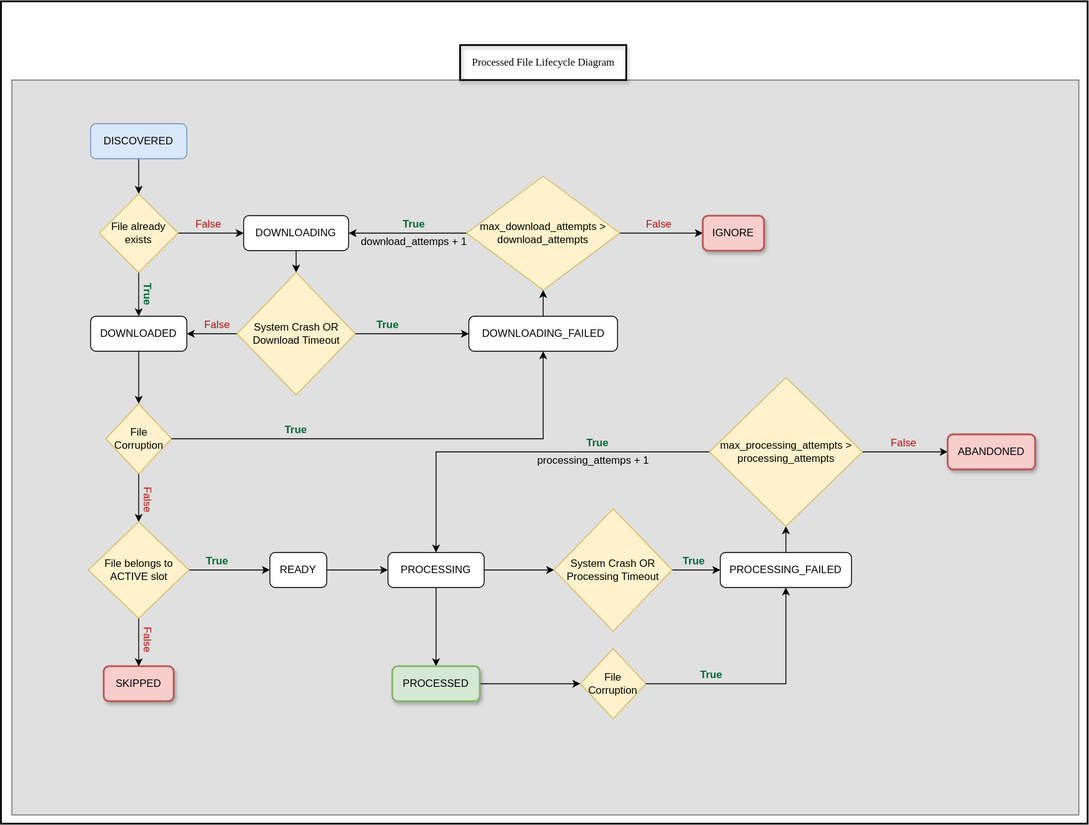
Before: docs/architecture/processed_file_lifecycle.svg, a diagram exported from draw.io (AnandKri/comet-hunter). Source tidied: cells renumbered, new cells last; positions are measured from the earlier drawing's top-left corner, leaving out a move shared by most shapes.
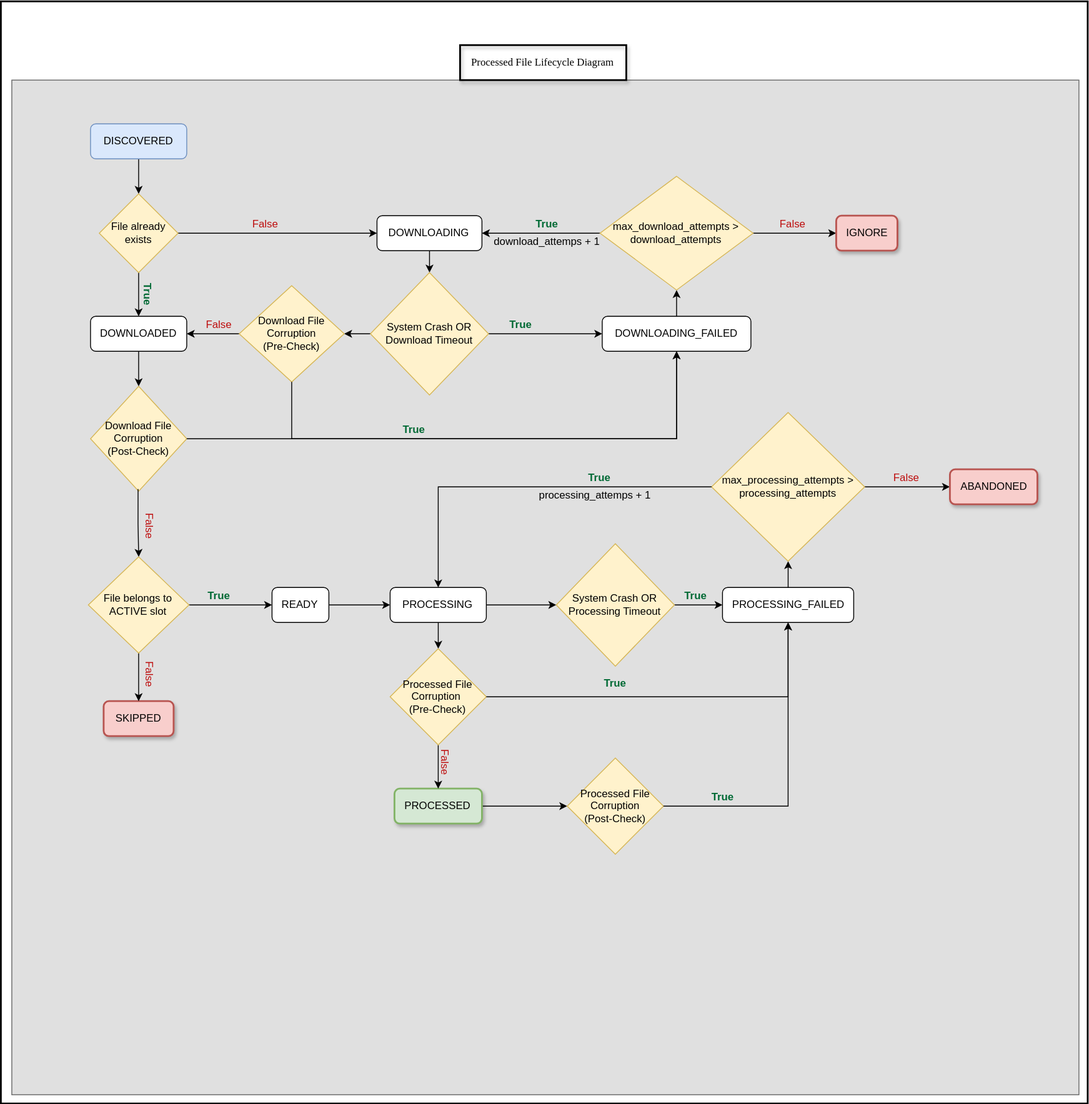
After the commit.

Commit message:
refine processed file lifecycle

The edit, as a diff of the source:
```diff
@@ -3,13 +3,13 @@
     <mxCell id="0" />
     <mxCell id="1" parent="0" />
     <mxCell id="2" style="group;" parent="1" vertex="1">
-      <mxGeometry x="12" y="10" width="1230" height="930" as="geometry" />
+      <mxGeometry x="12" y="10" width="1230" height="1250" as="geometry" />
     </mxCell>
     <mxCell id="3" style="rounded=0;whiteSpace=wrap;html=1;strokeWidth=2;" parent="2" vertex="1">
-      <mxGeometry x="-12.5" y="-10" width="1242.5" height="940" as="geometry" />
+      <mxGeometry x="-12.5" y="-10" width="1242.5" height="1260" as="geometry" />
     </mxCell>
     <mxCell id="4" style="rounded=0;whiteSpace=wrap;html=1;fillColor=light-dark(#e0e0e0, #1a1a1a);fontColor=#333333;strokeColor=#666666;" parent="2" vertex="1">
-      <mxGeometry y="80" width="1220" height="840" as="geometry" />
+      <mxGeometry y="80" width="1220" height="1160" as="geometry" />
     </mxCell>
     <mxCell id="5" value="Processed File Lifecycle Diagram" style="text;html=1;whiteSpace=wrap;strokeColor=default;fillColor=none;align=center;verticalAlign=middle;rounded=0;strokeWidth=2;glass=0;shadow=1;fontFamily=Times New Roman;" parent="2" vertex="1">
       <mxGeometry x="512.5" y="40" width="190" height="40" as="geometry" />
@@ -24,7 +24,7 @@
       <mxGeometry relative="1" as="geometry" />
     </mxCell>
     <mxCell id="9" value="DOWNLOADING" style="rounded=1;whiteSpace=wrap;html=1;" parent="2" vertex="1">
-      <mxGeometry x="265" y="235" width="120" height="40" as="geometry" />
+      <mxGeometry x="417.5" y="235" width="120" height="40" as="geometry" />
     </mxCell>
     <mxCell id="10" style="edgeStyle=orthogonalEdgeStyle;rounded=0;jettySize=auto;html=1;" parent="2" edge="1" source="11" target="25">
       <mxGeometry relative="1" as="geometry" />
@@ -36,7 +36,7 @@
       <mxGeometry relative="1" as="geometry" />
     </mxCell>
     <mxCell id="13" value="DOWNLOADING_FAILED" style="rounded=1;whiteSpace=wrap;html=1;" parent="2" vertex="1">
-      <mxGeometry x="522.5" y="350" width="170" height="40" as="geometry" />
+      <mxGeometry x="675" y="350" width="170" height="40" as="geometry" />
     </mxCell>
     <mxCell id="14" style="edgeStyle=orthogonalEdgeStyle;rounded=0;jettySize=auto;html=1;" parent="2" edge="1" source="16" target="11">
       <mxGeometry relative="1" as="geometry" />
@@ -51,38 +51,35 @@
       <mxGeometry x="125" y="310" width="60" height="30" as="geometry" />
     </mxCell>
     <mxCell id="18" value="False" style="text;html=1;whiteSpace=wrap;strokeColor=none;fillColor=none;align=center;verticalAlign=middle;rounded=0;fontColor=light-dark(#bd0d0d, #ededed);" parent="2" vertex="1">
-      <mxGeometry x="195" y="230" width="60" height="30" as="geometry" />
+      <mxGeometry x="260" y="230" width="60" height="30" as="geometry" />
     </mxCell>
-    <mxCell id="19" style="edgeStyle=orthogonalEdgeStyle;rounded=0;jettySize=auto;html=1;entryX=1;entryY=0.5;entryDx=0;entryDy=0;" parent="2" edge="1" source="21" target="11">
+    <mxCell id="19" style="edgeStyle=orthogonalEdgeStyle;rounded=0;jettySize=auto;html=1;entryX=1;entryY=0.5;entryDx=0;entryDy=0;" parent="2" edge="1" source="21" target="72">
       <mxGeometry relative="1" as="geometry" />
     </mxCell>
     <mxCell id="20" style="edgeStyle=orthogonalEdgeStyle;rounded=0;jettySize=auto;html=1;exitX=1;exitY=0.5;exitDx=0;exitDy=0;" parent="2" edge="1" source="21" target="13">
       <mxGeometry relative="1" as="geometry" />
     </mxCell>
     <mxCell id="21" value="System Crash OR Download Timeout" style="rhombus;whiteSpace=wrap;html=1;fillColor=#fff2cc;strokeColor=#d6b656;gradientColor=none;strokeWidth=1;" parent="2" vertex="1">
-      <mxGeometry x="257.5" y="300" width="135" height="140" as="geometry" />
+      <mxGeometry x="410" y="300" width="135" height="140" as="geometry" />
     </mxCell>
     <mxCell id="22" value="True" style="text;html=1;whiteSpace=wrap;strokeColor=none;fillColor=none;align=center;verticalAlign=middle;rounded=0;fontStyle=1;fontColor=light-dark(#006a35, #28ab6a);" parent="2" vertex="1">
-      <mxGeometry x="400" y="350" width="60" height="20" as="geometry" />
+      <mxGeometry x="552.5" y="350" width="60" height="20" as="geometry" />
     </mxCell>
     <mxCell id="23" value="False" style="text;html=1;whiteSpace=wrap;strokeColor=none;fillColor=none;align=center;verticalAlign=middle;rounded=0;fontColor=light-dark(#bd0d0d, #ededed);" parent="2" vertex="1">
-      <mxGeometry x="205" y="350" width="60" height="20" as="geometry" />
+      <mxGeometry x="207.5" y="350" width="60" height="20" as="geometry" />
     </mxCell>
-    <mxCell id="24" style="edgeStyle=orthogonalEdgeStyle;rounded=0;jettySize=auto;html=1;" parent="2" edge="1" source="25" target="40">
-      <mxGeometry relative="1" as="geometry" />
-    </mxCell>
-    <mxCell id="25" value="File Corruption" style="rhombus;whiteSpace=wrap;html=1;fillColor=#fff2cc;strokeColor=#d6b656;gradientColor=none;strokeWidth=1;" parent="2" vertex="1">
-      <mxGeometry x="107.5" y="450" width="75" height="80" as="geometry" />
+    <mxCell id="25" value="&lt;div&gt;Download File Corruption&lt;/div&gt;&lt;div&gt;(Post-Check)&lt;/div&gt;" style="rhombus;whiteSpace=wrap;html=1;fillColor=#fff2cc;strokeColor=#d6b656;gradientColor=none;strokeWidth=1;" parent="2" vertex="1">
+      <mxGeometry x="90" y="430" width="110" height="120" as="geometry" />
     </mxCell>
     <mxCell id="26" style="endArrow=classic;html=1;rounded=0;exitX=1;exitY=0.5;exitDx=0;exitDy=0;entryX=0.5;entryY=1;entryDx=0;entryDy=0;" parent="2" edge="1" source="25" target="13">
       <mxGeometry relative="1" as="geometry">
         <Array as="points">
-          <mxPoint x="607.5" y="490" />
+          <mxPoint x="760" y="490" />
         </Array>
       </mxGeometry>
     </mxCell>
     <mxCell id="27" value="True" style="text;html=1;whiteSpace=wrap;strokeColor=none;fillColor=none;align=center;verticalAlign=middle;rounded=0;fontStyle=1;fontColor=light-dark(#006a35, #28ab6a);" parent="2" vertex="1">
-      <mxGeometry x="295" y="470" width="60" height="20" as="geometry" />
+      <mxGeometry x="430" y="470" width="60" height="20" as="geometry" />
     </mxCell>
     <mxCell id="28" style="edgeStyle=orthogonalEdgeStyle;rounded=0;jettySize=auto;html=1;entryX=1;entryY=0.5;entryDx=0;entryDy=0;" parent="2" edge="1" source="30" target="9">
       <mxGeometry relative="1" as="geometry" />
@@ -91,28 +88,31 @@
       <mxGeometry relative="1" as="geometry" />
     </mxCell>
     <mxCell id="30" value="max_download_attempts &amp;gt; download_attempts" style="rhombus;whiteSpace=wrap;html=1;fillColor=#fff2cc;strokeColor=#d6b656;gradientColor=none;strokeWidth=1;" parent="2" vertex="1">
-      <mxGeometry x="520" y="190" width="175" height="130" as="geometry" />
+      <mxGeometry x="672.5" y="190" width="175" height="130" as="geometry" />
     </mxCell>
     <mxCell id="31" value="True" style="text;html=1;whiteSpace=wrap;strokeColor=none;fillColor=none;align=center;verticalAlign=middle;rounded=0;fontStyle=1;fontColor=light-dark(#006a35, #28ab6a);" parent="2" vertex="1">
-      <mxGeometry x="430" y="230" width="60" height="30" as="geometry" />
+      <mxGeometry x="582.5" y="230" width="60" height="30" as="geometry" />
     </mxCell>
     <mxCell id="32" value="download_attemps + 1" style="text;html=1;whiteSpace=wrap;strokeColor=none;fillColor=none;align=center;verticalAlign=middle;rounded=0;" parent="2" vertex="1">
-      <mxGeometry x="395" y="250" width="130" height="30" as="geometry" />
+      <mxGeometry x="547.5" y="250" width="130" height="30" as="geometry" />
     </mxCell>
     <mxCell id="33" value="IGNORE" style="rounded=1;whiteSpace=wrap;html=1;fillColor=#f8cecc;strokeColor=#b85450;strokeWidth=2;shadow=1;" parent="2" vertex="1">
-      <mxGeometry x="790" y="235" width="70" height="40" as="geometry" />
+      <mxGeometry x="942.5" y="235" width="70" height="40" as="geometry" />
     </mxCell>
     <mxCell id="34" value="False" style="text;html=1;whiteSpace=wrap;strokeColor=none;fillColor=none;align=center;verticalAlign=middle;rounded=0;fontColor=light-dark(#bd0d0d, #ededed);" parent="2" vertex="1">
-      <mxGeometry x="710" y="235" width="60" height="20" as="geometry" />
+      <mxGeometry x="862.5" y="235" width="60" height="20" as="geometry" />
     </mxCell>
+    <mxCell id="24" style="edgeStyle=orthogonalEdgeStyle;rounded=0;jettySize=auto;html=1;exitX=0.494;exitY=0.979;exitDx=0;exitDy=0;exitPerimeter=0;" parent="2" edge="1" source="25" target="40">
+      <mxGeometry relative="1" as="geometry" />
+    </mxCell>
     <mxCell id="35" style="edgeStyle=orthogonalEdgeStyle;rounded=0;jettySize=auto;html=1;" parent="2" edge="1" source="36" target="46">
       <mxGeometry relative="1" as="geometry" />
     </mxCell>
     <mxCell id="36" value="READY" style="rounded=1;whiteSpace=wrap;html=1;" parent="2" vertex="1">
-      <mxGeometry x="295" y="620" width="65" height="40" as="geometry" />
+      <mxGeometry x="297.5" y="660" width="65" height="40" as="geometry" />
     </mxCell>
     <mxCell id="37" value="SKIPPED" style="rounded=1;whiteSpace=wrap;html=1;fillColor=#f8cecc;strokeColor=#b85450;strokeWidth=2;shadow=1;" parent="2" vertex="1">
-      <mxGeometry x="105" y="750" width="80" height="40" as="geometry" />
+      <mxGeometry x="105" y="790" width="80" height="40" as="geometry" />
     </mxCell>
     <mxCell id="38" style="edgeStyle=orthogonalEdgeStyle;rounded=0;jettySize=auto;html=1;" parent="2" edge="1" source="40" target="37">
       <mxGeometry relative="1" as="geometry" />
@@ -121,84 +121,117 @@
       <mxGeometry relative="1" as="geometry" />
     </mxCell>
     <mxCell id="40" value="File belongs to ACTIVE slot" style="rhombus;whiteSpace=wrap;html=1;fillColor=#fff2cc;strokeColor=#d6b656;gradientColor=none;strokeWidth=1;" parent="2" vertex="1">
-      <mxGeometry x="87.5" y="585" width="115" height="110" as="geometry" />
+      <mxGeometry x="87.5" y="625" width="115" height="110" as="geometry" />
     </mxCell>
     <mxCell id="41" value="True" style="text;html=1;whiteSpace=wrap;strokeColor=none;fillColor=none;align=center;verticalAlign=middle;rounded=0;fontStyle=1;fontColor=light-dark(#006a35, #28ab6a);" parent="2" vertex="1">
-      <mxGeometry x="205" y="620" width="60" height="20" as="geometry" />
+      <mxGeometry x="207.5" y="660" width="60" height="20" as="geometry" />
     </mxCell>
     <mxCell id="42" value="False" style="text;html=1;whiteSpace=wrap;strokeColor=none;fillColor=none;align=center;verticalAlign=middle;rounded=0;rotation=90;fontColor=light-dark(#bd0d0d, #ededed);" parent="2" vertex="1">
-      <mxGeometry x="125" y="710" width="60" height="20" as="geometry" />
+      <mxGeometry x="127.5" y="750" width="60" height="20" as="geometry" />
     </mxCell>
     <mxCell id="43" value="False" style="text;html=1;whiteSpace=wrap;strokeColor=none;fillColor=none;align=center;verticalAlign=middle;rounded=0;rotation=90;fontColor=light-dark(#bd0d0d, #ededed);" parent="2" vertex="1">
-      <mxGeometry x="125" y="550" width="60" height="20" as="geometry" />
+      <mxGeometry x="140" y="580" width="35" height="20" as="geometry" />
     </mxCell>
     <mxCell id="44" style="edgeStyle=orthogonalEdgeStyle;rounded=0;jettySize=auto;html=1;" parent="2" edge="1" source="46" target="48">
       <mxGeometry relative="1" as="geometry" />
     </mxCell>
-    <mxCell id="45" style="edgeStyle=orthogonalEdgeStyle;rounded=0;jettySize=auto;html=1;" parent="2" edge="1" source="46" target="55">
-      <mxGeometry relative="1" as="geometry" />
-    </mxCell>
+    <mxCell id="64" style="edgeStyle=orthogonalEdgeStyle;rounded=0;jettySize=auto;html=1;" parent="2" edge="1" source="46" target="68">
+      <mxGeometry relative="1" as="geometry" />
+    </mxCell>
     <mxCell id="46" value="PROCESSING" style="rounded=1;whiteSpace=wrap;html=1;" parent="2" vertex="1">
-      <mxGeometry x="430" y="620" width="110" height="40" as="geometry" />
+      <mxGeometry x="432.5" y="660" width="110" height="40" as="geometry" />
     </mxCell>
     <mxCell id="47" style="edgeStyle=orthogonalEdgeStyle;rounded=0;jettySize=auto;html=1;" parent="2" edge="1" source="48" target="50">
       <mxGeometry relative="1" as="geometry" />
     </mxCell>
     <mxCell id="48" value="System Crash OR Processing Timeout" style="rhombus;whiteSpace=wrap;html=1;fillColor=#fff2cc;strokeColor=#d6b656;gradientColor=none;strokeWidth=1;" parent="2" vertex="1">
-      <mxGeometry x="620" y="570" width="135" height="140" as="geometry" />
+      <mxGeometry x="622.5" y="610" width="135" height="140" as="geometry" />
     </mxCell>
     <mxCell id="49" style="edgeStyle=orthogonalEdgeStyle;rounded=0;jettySize=auto;html=1;" parent="2" edge="1" source="50" target="52">
       <mxGeometry relative="1" as="geometry" />
     </mxCell>
     <mxCell id="50" value="PROCESSING_FAILED" style="rounded=1;whiteSpace=wrap;html=1;" parent="2" vertex="1">
-      <mxGeometry x="810" y="620" width="150" height="40" as="geometry" />
+      <mxGeometry x="812.5" y="660" width="150" height="40" as="geometry" />
     </mxCell>
     <mxCell id="51" style="edgeStyle=orthogonalEdgeStyle;rounded=0;jettySize=auto;html=1;" parent="2" edge="1" source="52" target="56">
       <mxGeometry relative="1" as="geometry" />
     </mxCell>
     <mxCell id="52" value="max_processing_attempts &amp;gt; processing_attempts" style="rhombus;whiteSpace=wrap;html=1;fillColor=#fff2cc;strokeColor=#d6b656;gradientColor=none;strokeWidth=1;" parent="2" vertex="1">
-      <mxGeometry x="797.5" y="420" width="175" height="170" as="geometry" />
+      <mxGeometry x="800" y="460" width="175" height="170" as="geometry" />
     </mxCell>
     <mxCell id="53" value="True" style="text;html=1;whiteSpace=wrap;strokeColor=none;fillColor=none;align=center;verticalAlign=middle;rounded=0;fontStyle=1;fontColor=light-dark(#006a35, #28ab6a);" parent="2" vertex="1">
-      <mxGeometry x="750" y="620" width="60" height="20" as="geometry" />
+      <mxGeometry x="752.5" y="660" width="60" height="20" as="geometry" />
     </mxCell>
     <mxCell id="54" style="edgeStyle=orthogonalEdgeStyle;rounded=0;jettySize=auto;html=1;" parent="2" edge="1" source="55" target="61">
       <mxGeometry relative="1" as="geometry" />
     </mxCell>
     <mxCell id="55" value="PROCESSED" style="rounded=1;whiteSpace=wrap;html=1;fillColor=#d5e8d4;strokeColor=#82b366;strokeWidth=2;shadow=1;" parent="2" vertex="1">
-      <mxGeometry x="435" y="750" width="100" height="40" as="geometry" />
+      <mxGeometry x="437.5" y="890" width="100" height="40" as="geometry" />
     </mxCell>
     <mxCell id="56" value="ABANDONED" style="rounded=1;whiteSpace=wrap;html=1;fillColor=#f8cecc;strokeColor=#b85450;strokeWidth=2;shadow=1;" parent="2" vertex="1">
-      <mxGeometry x="1070" y="485" width="100" height="40" as="geometry" />
+      <mxGeometry x="1072.5" y="525" width="100" height="40" as="geometry" />
     </mxCell>
     <mxCell id="57" value="False" style="text;html=1;whiteSpace=wrap;strokeColor=none;fillColor=none;align=center;verticalAlign=middle;rounded=0;fontColor=light-dark(#bd0d0d, #ededed);" parent="2" vertex="1">
-      <mxGeometry x="990" y="485" width="60" height="20" as="geometry" />
+      <mxGeometry x="992.5" y="525" width="60" height="20" as="geometry" />
     </mxCell>
     <mxCell id="58" style="endArrow=classic;html=1;rounded=0;entryX=0.5;entryY=0;entryDx=0;entryDy=0;exitX=0;exitY=0.5;exitDx=0;exitDy=0;" parent="2" edge="1" source="52" target="46">
       <mxGeometry relative="1" as="geometry">
         <Array as="points">
-          <mxPoint x="485" y="505" />
+          <mxPoint x="487.5" y="545" />
         </Array>
       </mxGeometry>
     </mxCell>
     <mxCell id="59" value="True" style="text;html=1;whiteSpace=wrap;strokeColor=none;fillColor=none;align=center;verticalAlign=middle;rounded=0;fontStyle=1;fontColor=light-dark(#006a35, #28ab6a);" parent="2" vertex="1">
-      <mxGeometry x="640" y="485" width="60" height="20" as="geometry" />
+      <mxGeometry x="642.5" y="525" width="60" height="20" as="geometry" />
     </mxCell>
     <mxCell id="60" value="processing_attemps + 1" style="text;html=1;whiteSpace=wrap;strokeColor=none;fillColor=none;align=center;verticalAlign=middle;rounded=0;" parent="2" vertex="1">
-      <mxGeometry x="600" y="500" width="130" height="30" as="geometry" />
+      <mxGeometry x="602.5" y="540" width="130" height="30" as="geometry" />
     </mxCell>
-    <mxCell id="61" value="File Corruption" style="rhombus;whiteSpace=wrap;html=1;fillColor=#fff2cc;strokeColor=#d6b656;gradientColor=none;strokeWidth=1;" parent="2" vertex="1">
-      <mxGeometry x="650" y="730" width="75" height="80" as="geometry" />
+    <mxCell id="61" value="&lt;div&gt;Processed File Corruption&lt;/div&gt;(Post-Check)" style="rhombus;whiteSpace=wrap;html=1;fillColor=#fff2cc;strokeColor=#d6b656;gradientColor=none;strokeWidth=1;" parent="2" vertex="1">
+      <mxGeometry x="635" y="855" width="110" height="110" as="geometry" />
     </mxCell>
+    <mxCell id="65" value="False" style="text;html=1;whiteSpace=wrap;strokeColor=none;fillColor=none;align=center;verticalAlign=middle;rounded=0;rotation=90;fontColor=light-dark(#bd0d0d, #ededed);" parent="2" vertex="1">
+      <mxGeometry x="465" y="850" width="60" height="20" as="geometry" />
+    </mxCell>
-    <mxCell id="62" style="endArrow=classic;html=1;rounded=0;exitX=1;exitY=0.5;exitDx=0;exitDy=0;entryX=0.5;entryY=1;entryDx=0;entryDy=0;" parent="2" edge="1" source="61" target="50">
+    <mxCell id="62" style="endArrow=classic;html=1;rounded=0;entryX=0.5;entryY=1;entryDx=0;entryDy=0;exitX=1;exitY=0.5;exitDx=0;exitDy=0;" parent="2" edge="1" source="61" target="50">
       <mxGeometry relative="1" as="geometry">
         <Array as="points">
-          <mxPoint x="885" y="770" />
+          <mxPoint x="887.5" y="910" />
         </Array>
       </mxGeometry>
     </mxCell>
-    <mxCell id="63" value="True" style="text;html=1;whiteSpace=wrap;strokeColor=none;fillColor=none;align=center;verticalAlign=middle;rounded=0;fontStyle=1;fontColor=light-dark(#006a35, #28ab6a);" parent="2" vertex="1">
-      <mxGeometry x="780" y="750" width="40" height="20" as="geometry" />
-    </mxCell>
+    <mxCell id="66" value="True" style="text;html=1;whiteSpace=wrap;strokeColor=none;fillColor=none;align=center;verticalAlign=middle;rounded=0;fontStyle=1;fontColor=light-dark(#006a35, #28ab6a);rotation=0;" parent="2" vertex="1">
+      <mxGeometry x="782.5" y="890" width="60" height="20" as="geometry" />
+    </mxCell>
+    <mxCell id="67" style="edgeStyle=orthogonalEdgeStyle;rounded=0;jettySize=auto;html=1;" parent="2" edge="1" source="68" target="55">
+      <mxGeometry relative="1" as="geometry" />
+    </mxCell>
+    <mxCell id="68" value="&lt;div&gt;Processed File Corruption&amp;nbsp;&lt;/div&gt;&lt;div&gt;(Pre-Check)&lt;/div&gt;" style="rhombus;whiteSpace=wrap;html=1;fillColor=#fff2cc;strokeColor=#d6b656;gradientColor=none;strokeWidth=1;" parent="2" vertex="1">
+      <mxGeometry x="432.5" y="730" width="110" height="110" as="geometry" />
+    </mxCell>
+    <mxCell id="69" style="endArrow=classic;html=1;rounded=0;exitX=1;exitY=0.5;exitDx=0;exitDy=0;entryX=0.5;entryY=1;entryDx=0;entryDy=0;" parent="2" edge="1" source="68" target="50">
+      <mxGeometry relative="1" as="geometry">
+        <Array as="points">
+          <mxPoint x="887.5" y="785" />
+        </Array>
+      </mxGeometry>
+    </mxCell>
+    <mxCell id="70" value="True" style="text;html=1;whiteSpace=wrap;strokeColor=none;fillColor=none;align=center;verticalAlign=middle;rounded=0;fontStyle=1;fontColor=light-dark(#006a35, #28ab6a);rotation=0;" parent="2" vertex="1">
+      <mxGeometry x="660" y="760" width="60" height="20" as="geometry" />
+    </mxCell>
+    <mxCell id="71" style="edgeStyle=orthogonalEdgeStyle;rounded=0;jettySize=auto;html=1;" parent="2" edge="1" source="72" target="11">
+      <mxGeometry relative="1" as="geometry" />
+    </mxCell>
+    <mxCell id="72" value="&lt;div&gt;Download File Corruption&lt;/div&gt;&lt;div&gt;(Pre-Check)&lt;/div&gt;" style="rhombus;whiteSpace=wrap;html=1;fillColor=#fff2cc;strokeColor=#d6b656;gradientColor=none;strokeWidth=1;" parent="2" vertex="1">
+      <mxGeometry x="260" y="315" width="120" height="110" as="geometry" />
+    </mxCell>
+    <mxCell id="73" style="endArrow=classic;html=1;rounded=0;exitX=0.5;exitY=1;exitDx=0;exitDy=0;entryX=0.5;entryY=1;entryDx=0;entryDy=0;" parent="2" edge="1" source="72" target="13">
+      <mxGeometry relative="1" as="geometry">
+        <Array as="points">
+          <mxPoint x="320" y="490" />
+          <mxPoint x="760" y="490" />
+        </Array>
+      </mxGeometry>
+    </mxCell>
   </root>
 </mxGraphModel>
```
